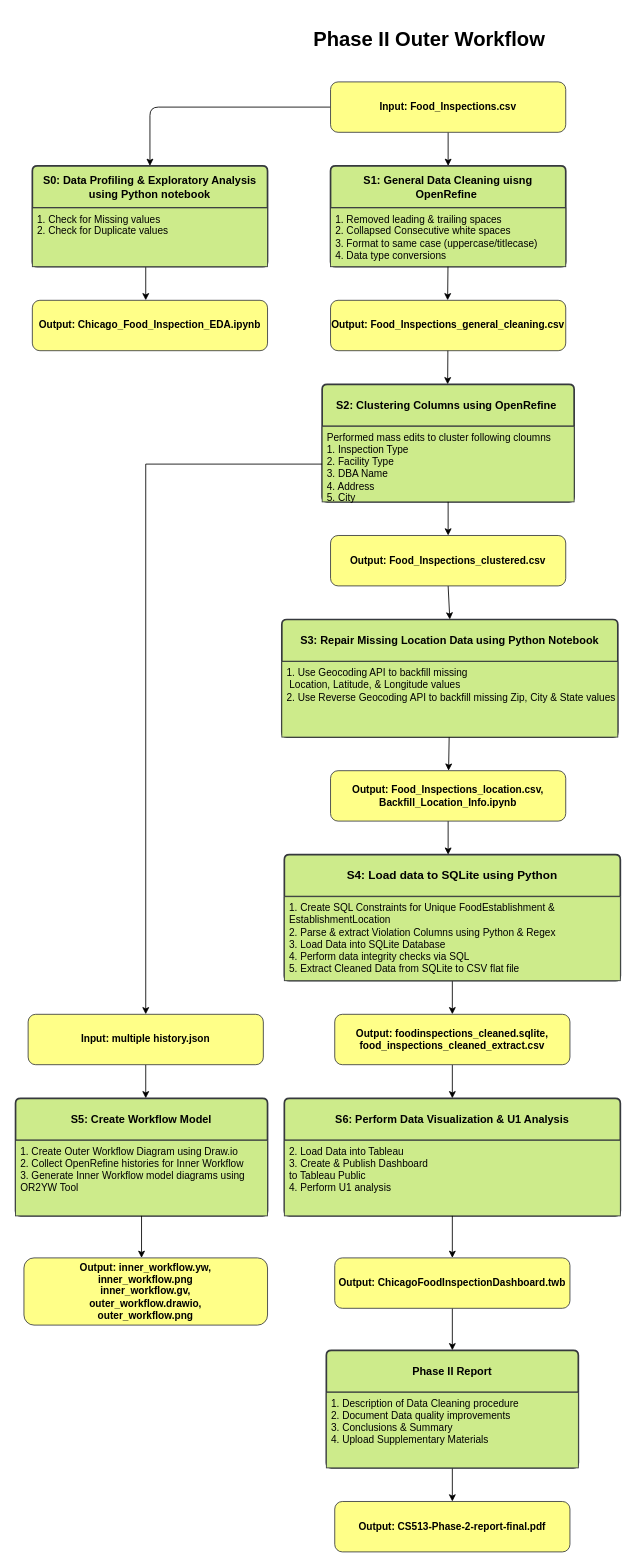
Earlier version of the draw.io diagram diagrams/outer_workflow.drawio (abaldeo/cs513_data_cleaning_project). Source tidied: cells renumbered, new cells numbered last; positions are measured from the earlier drawing's top-left corner, leaving out a move shared by most shapes. Both pictures are drawn from the tidied source at 84%, with x=0, y=0 at pixel (15, 23).
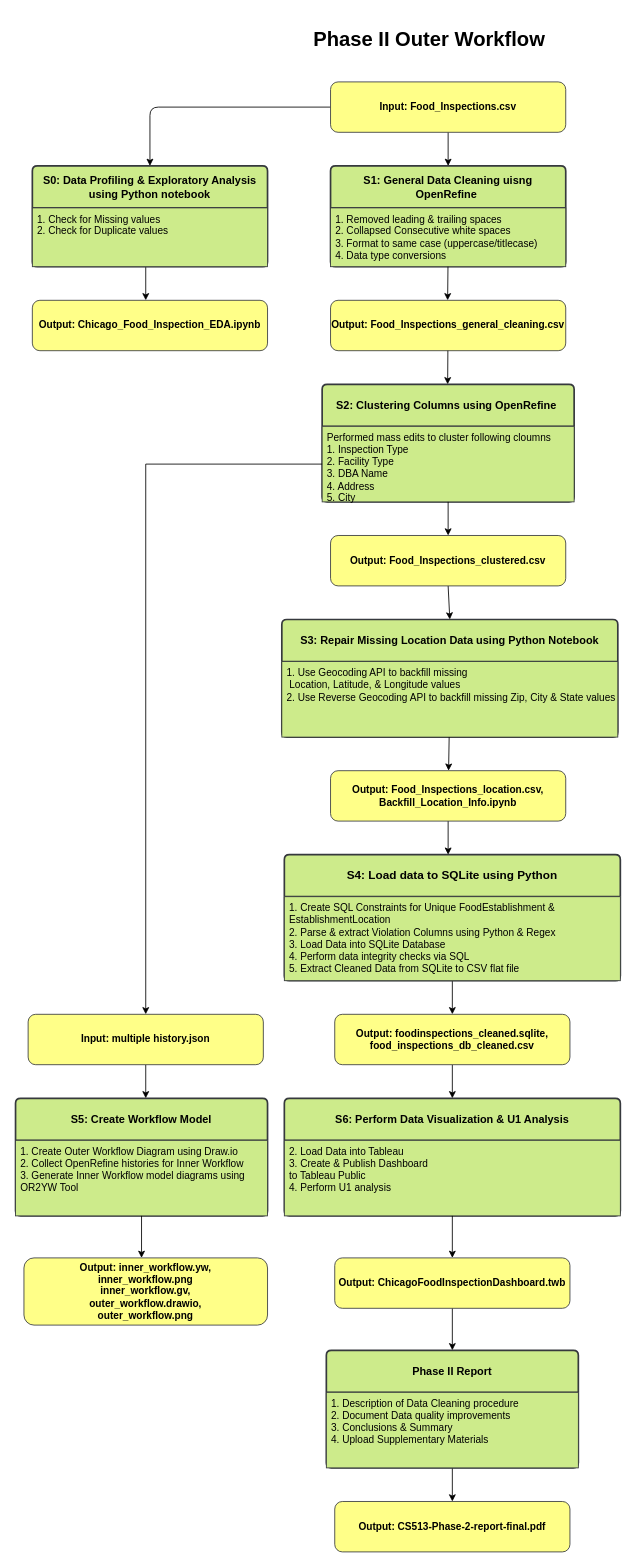
The same diagram, later.

Commit message (it also covers changes not shown here):
add outerworkflow diagrams

The edit, as a diff of the source:
```diff
@@
-    <mxCell id="35" value="&lt;b&gt;Output: foodinspections_cleaned.sqlite,&lt;/b&gt;&lt;br&gt;&lt;b&gt;food_inspections_cleaned_extract.csv&lt;/b&gt;" style="rounded=1;whiteSpace=wrap;html=1;fillColor=#ffff88;strokeColor=#36393d;" parent="1" vertex="1">
+    <mxCell id="35" value="&lt;b&gt;Output: foodinspections_cleaned.sqlite,&lt;/b&gt;&lt;br&gt;&lt;b&gt;food_inspections_db_cleaned.csv&lt;/b&gt;" style="rounded=1;whiteSpace=wrap;html=1;fillColor=#ffff88;strokeColor=#36393d;" parent="1" vertex="1">
       <mxGeometry x="380" y="1180" width="280" height="60" as="geometry" />
     </mxCell>
```
